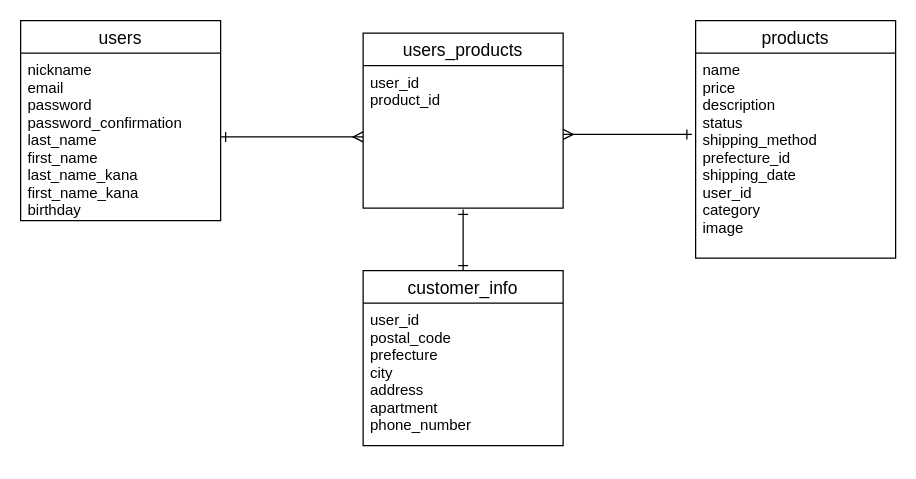
Above: ER.dio in omiyage28/furima-36993 (draw.io), before the change. Source tidied: cells renumbered, new cells numbered last; positions are measured from the earlier drawing's top-left corner, leaving out a move shared by most shapes. Both pictures are drawn from the tidied source at 125%, with x=0, y=0 at pixel (20, 20).
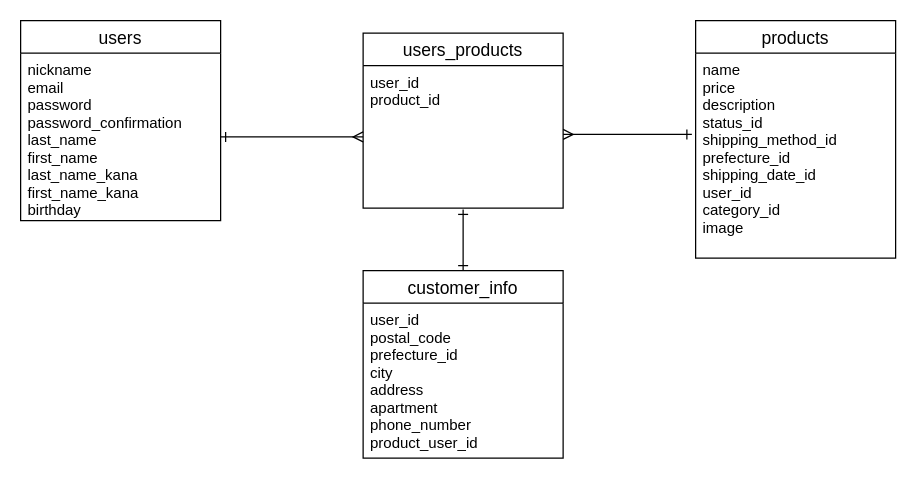
After the change.

Commit message (it also covers changes not shown here):
DB設計　修正④

What changed in the source:
```diff
@@
 <mxGraphModel>
   <root>
     <mxCell id="0" />
     <mxCell id="1" parent="0" />
     <mxCell id="2" value="users" style="swimlane;fontStyle=0;horizontal=1;startSize=26;align=center;fontSize=14;" parent="1" vertex="1">
       <mxGeometry width="160" height="160" as="geometry" />
     </mxCell>
     <mxCell id="3" value="nickname&#10;email&#10;password&#10;password_confirmation&#10;last_name&#10;first_name&#10;last_name_kana&#10;first_name_kana&#10;birthday" style="text;strokeColor=none;fillColor=none;spacingLeft=4;spacingRight=4;overflow=hidden;points=[[0,0.5],[1,0.5]];portConstraint=eastwest;fontSize=12;" parent="2" vertex="1">
       <mxGeometry y="26" width="160" height="134" as="geometry" />
     </mxCell>
     <mxCell id="4" value="products" style="swimlane;fontStyle=0;horizontal=1;startSize=26;align=center;fontSize=14;" parent="1" vertex="1">
       <mxGeometry x="540" width="160" height="190" as="geometry" />
     </mxCell>
-    <mxCell id="5" value="name&#10;price&#10;description &#10;status&#10;shipping_method&#10;prefecture_id&#10;shipping_date&#10;user_id&#10;category&#10;image&#10;&#10;" style="text;strokeColor=none;fillColor=none;spacingLeft=4;spacingRight=4;overflow=hidden;fontSize=12;" parent="4" vertex="1">
+    <mxCell id="5" value="name&#10;price&#10;description &#10;status_id&#10;shipping_method_id&#10;prefecture_id&#10;shipping_date_id&#10;user_id&#10;category_id&#10;image&#10;&#10;" style="text;strokeColor=none;fillColor=none;spacingLeft=4;spacingRight=4;overflow=hidden;fontSize=12;" parent="4" vertex="1">
       <mxGeometry y="26" width="160" height="164" as="geometry" />
     </mxCell>
     <mxCell id="6" style="edgeStyle=none;rounded=0;jettySize=auto;html=1;exitX=0.5;exitY=0;exitDx=0;exitDy=0;startArrow=ERone;startFill=0;endArrow=ERone;endFill=0;entryX=0.5;entryY=1.009;entryDx=0;entryDy=0;entryPerimeter=0;" parent="1" edge="1" source="7" target="10">
       <mxGeometry relative="1" as="geometry" />
     </mxCell>
     <mxCell id="7" value="customer_info" style="swimlane;fontStyle=0;horizontal=1;startSize=26;align=center;fontSize=14;" parent="1" vertex="1">
-      <mxGeometry x="274" y="200" width="160" height="140" as="geometry" />
+      <mxGeometry x="274" y="200" width="160" height="150" as="geometry" />
     </mxCell>
-    <mxCell id="8" value="user_id &#10;postal_code&#10;prefecture&#10;city&#10;address&#10;apartment&#10;phone_number" style="text;strokeColor=none;fillColor=none;spacingLeft=4;spacingRight=4;overflow=hidden;fontSize=12;" parent="7" vertex="1">
-      <mxGeometry y="26" width="160" height="114" as="geometry" />
+    <mxCell id="8" value="user_id&#10;postal_code&#10;prefecture_id&#10;city&#10;address&#10;apartment&#10;phone_number&#10;product_user_id" style="text;strokeColor=none;fillColor=none;spacingLeft=4;spacingRight=4;overflow=hidden;fontSize=12;" parent="7" vertex="1">
+      <mxGeometry y="26" width="160" height="124" as="geometry" />
     </mxCell>
     <mxCell id="9" value="users_products" style="swimlane;fontStyle=0;horizontal=1;startSize=26;align=center;fontSize=14;" parent="1" vertex="1">
       <mxGeometry x="274" y="10" width="160" height="140" as="geometry" />
     </mxCell>
     <mxCell id="10" value="user_id &#10;product_id" style="text;strokeColor=none;fillColor=none;spacingLeft=4;spacingRight=4;overflow=hidden;points=[[0,0.5],[1,0.5]];portConstraint=eastwest;fontSize=12;" parent="9" vertex="1">
       <mxGeometry y="26" width="160" height="114" as="geometry" />
     </mxCell>
     <mxCell id="11" style="edgeStyle=none;rounded=0;jettySize=auto;html=1;exitX=1;exitY=0.5;exitDx=0;exitDy=0;entryX=0;entryY=0.5;entryDx=0;entryDy=0;startArrow=ERone;startFill=0;endArrow=ERmany;endFill=0;" parent="1" edge="1" source="3" target="10">
       <mxGeometry relative="1" as="geometry" />
     </mxCell>
     <mxCell id="12" style="edgeStyle=none;rounded=0;orthogonalLoop=1;jettySize=auto;html=1;startArrow=ERmany;startFill=0;endArrow=ERone;endFill=0;" parent="1" edge="1">
       <mxGeometry relative="1" as="geometry">
         <mxPoint x="434" y="91" as="sourcePoint" />
         <mxPoint x="537" y="91" as="targetPoint" />
       </mxGeometry>
     </mxCell>
   </root>
 </mxGraphModel>
```
